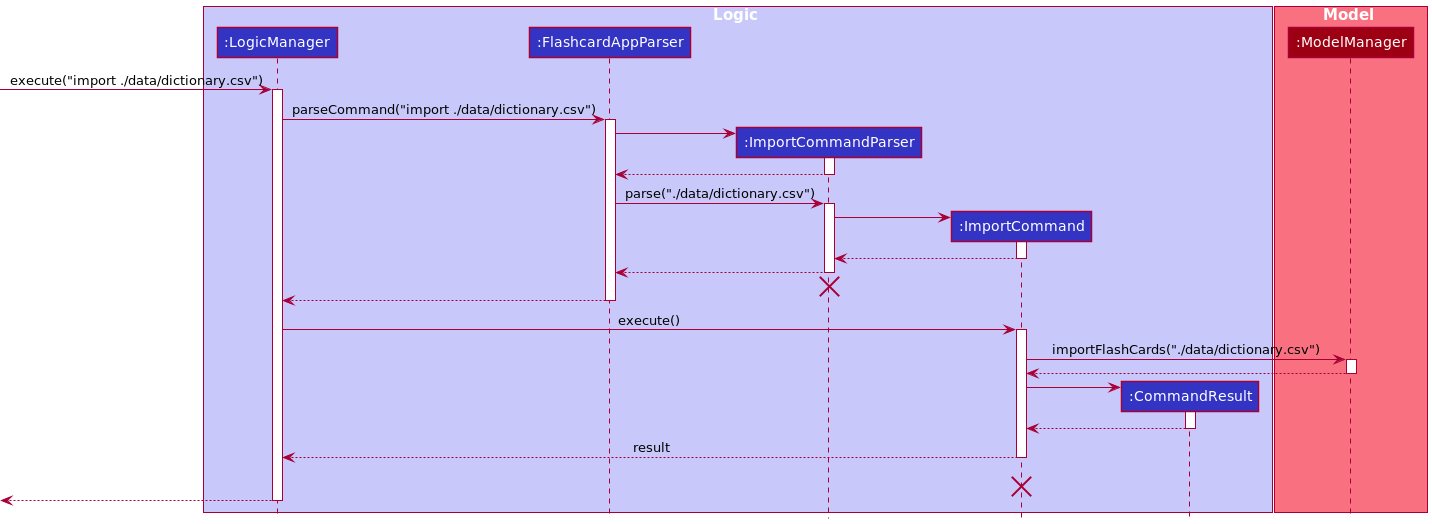
Above: docs/images/ImportSequenceDiagram.png in sharmainec/tp (PlantUML), before the change.
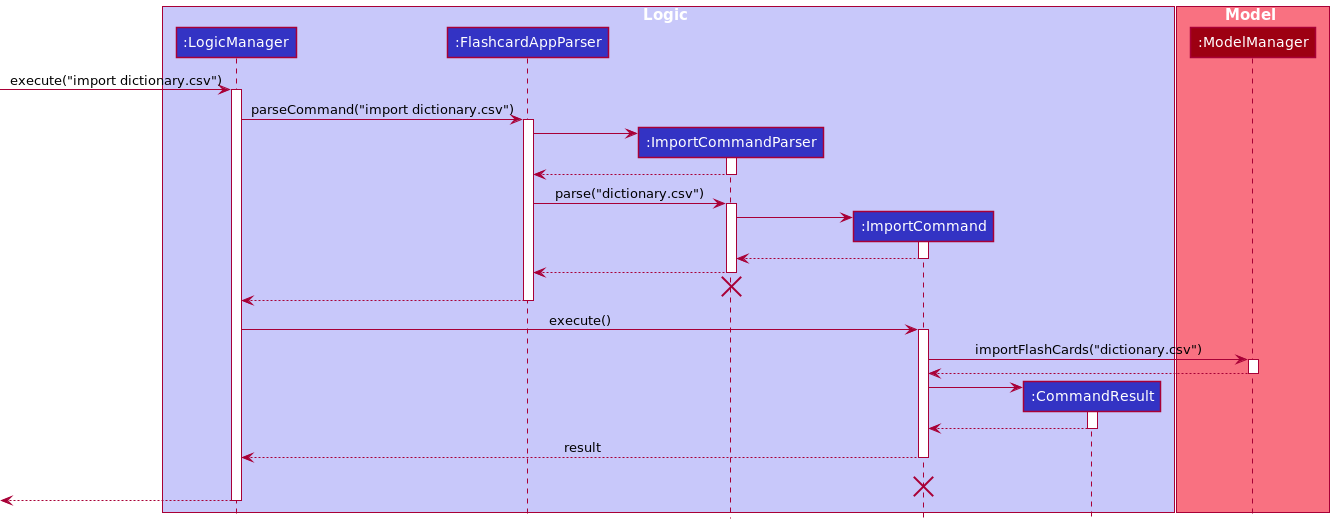
Later version of the same file.

The edit, as a diff of the source:
```diff
@@ -13,10 +13,10 @@
 participant ":ModelManager" as Model MODEL_COLOR
 end box
 
-[-> LogicManager : execute("import ./data/dictionary.csv")
+[-> LogicManager : execute("import dictionary.csv")
 activate LogicManager
 
-LogicManager -> FlashcardAppParser : parseCommand("import ./data/dictionary.csv")
+LogicManager -> FlashcardAppParser : parseCommand("import dictionary.csv")
 activate FlashcardAppParser
 
 create ImportCommandParser
@@ -26,7 +26,7 @@
 ImportCommandParser --> FlashcardAppParser
 deactivate ImportCommandParser
 
-FlashcardAppParser -> ImportCommandParser: parse("./data/dictionary.csv")
+FlashcardAppParser -> ImportCommandParser: parse("dictionary.csv")
 activate ImportCommandParser
 
 create ImportCommand
@@ -48,7 +48,7 @@
 LogicManager -> ImportCommand : execute()
 activate ImportCommand
 
-ImportCommand -> Model : importFlashCards("./data/dictionary.csv")
+ImportCommand -> Model : importFlashCards("dictionary.csv")
 activate Model
 
 Model --> ImportCommand
```
